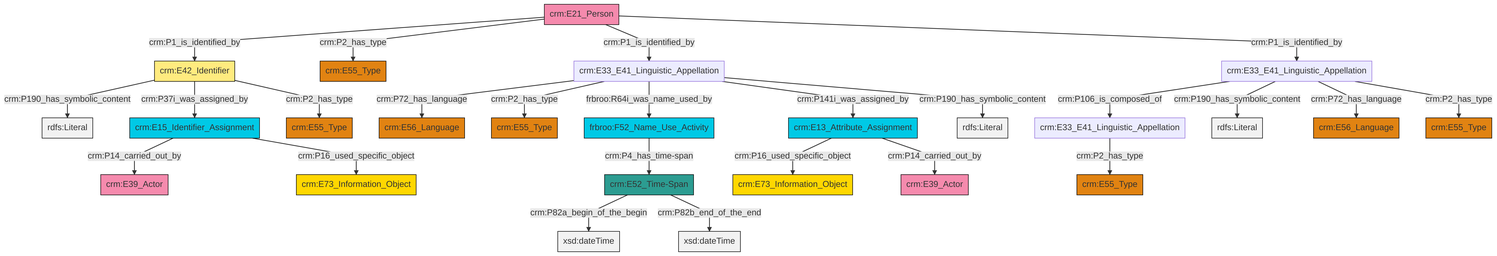
swiss-art-research-net/reference-data-models keeps this Mermaid diagram as et/personCSV/ttl/mmd/png/Person_Names_and_Classification.png. Above is the earlier version. Its source is kept beside it as et/personCSV/ttl/mmd/Person_Names_and_Classification.ttl.mmd.
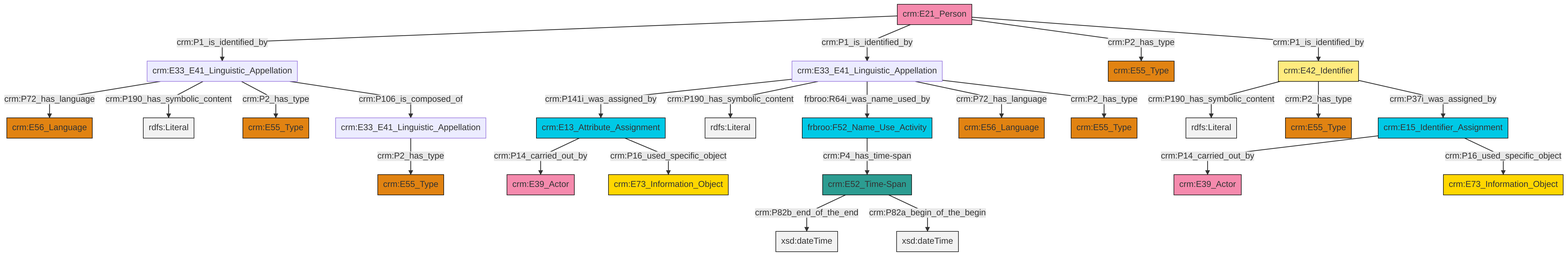
Later version of the same file.

The edit, as a diff of the source:
```diff
@@ -13,27 +13,27 @@
 classDef PC_Classes fill:#4ce600, stroke:#000000;
 classDef Multi fill:#cccccc,stroke:#000000;
 
-2["crm:E42_Identifier"]:::Appellation -->|crm:P190_has_symbolic_content| 3[rdfs:Literal]:::Literal
-2["crm:E42_Identifier"]:::Appellation -->|crm:P37i_was_assigned_by| 10["crm:E15_Identifier_Assignment"]:::Temporal_Entity
-10["crm:E15_Identifier_Assignment"]:::Temporal_Entity -->|crm:P14_carried_out_by| 11["crm:E39_Actor"]:::Actor
-6["crm:E21_Person"]:::Actor -->|crm:P1_is_identified_by| 2["crm:E42_Identifier"]:::Appellation
-16["frbroo:F52_Name_Use_Activity"]:::Temporal_Entity -->|crm:P4_has_time-span| 17["crm:E52_Time-Span"]:::Time-Span
-14["crm:E33_E41_Linguistic_Appellation"]:::Default -->|crm:P106_is_composed_of| 20["crm:E33_E41_Linguistic_Appellation"]:::Default
-23["crm:E33_E41_Linguistic_Appellation"]:::Default -->|crm:P72_has_language| 24["crm:E56_Language"]:::Type
-17["crm:E52_Time-Span"]:::Time-Span -->|crm:P82a_begin_of_the_begin| 26[xsd:dateTime]:::Literal
-23["crm:E33_E41_Linguistic_Appellation"]:::Default -->|crm:P2_has_type| 4["crm:E55_Type"]:::Type
-17["crm:E52_Time-Span"]:::Time-Span -->|crm:P82b_end_of_the_end| 29[xsd:dateTime]:::Literal
-6["crm:E21_Person"]:::Actor -->|crm:P2_has_type| 21["crm:E55_Type"]:::Type
-23["crm:E33_E41_Linguistic_Appellation"]:::Default -->|frbroo:R64i_was_name_used_by| 16["frbroo:F52_Name_Use_Activity"]:::Temporal_Entity
-6["crm:E21_Person"]:::Actor -->|crm:P1_is_identified_by| 23["crm:E33_E41_Linguistic_Appellation"]:::Default
-14["crm:E33_E41_Linguistic_Appellation"]:::Default -->|crm:P190_has_symbolic_content| 36[rdfs:Literal]:::Literal
-2["crm:E42_Identifier"]:::Appellation -->|crm:P2_has_type| 8["crm:E55_Type"]:::Type
-14["crm:E33_E41_Linguistic_Appellation"]:::Default -->|crm:P72_has_language| 37["crm:E56_Language"]:::Type
-23["crm:E33_E41_Linguistic_Appellation"]:::Default -->|crm:P141i_was_assigned_by| 12["crm:E13_Attribute_Assignment"]:::Temporal_Entity
-6["crm:E21_Person"]:::Actor -->|crm:P1_is_identified_by| 14["crm:E33_E41_Linguistic_Appellation"]:::Default
-10["crm:E15_Identifier_Assignment"]:::Temporal_Entity -->|crm:P16_used_specific_object| 0["crm:E73_Information_Object"]:::Conceptual_Object
-12["crm:E13_Attribute_Assignment"]:::Temporal_Entity -->|crm:P16_used_specific_object| 18["crm:E73_Information_Object"]:::Conceptual_Object
-14["crm:E33_E41_Linguistic_Appellation"]:::Default -->|crm:P2_has_type| 32["crm:E55_Type"]:::Type
-20["crm:E33_E41_Linguistic_Appellation"]:::Default -->|crm:P2_has_type| 27["crm:E55_Type"]:::Type
-23["crm:E33_E41_Linguistic_Appellation"]:::Default -->|crm:P190_has_symbolic_content| 46[rdfs:Literal]:::Literal
-12["crm:E13_Attribute_Assignment"]:::Temporal_Entity -->|crm:P14_carried_out_by| 39["crm:E39_Actor"]:::Actor
+4["crm:E33_E41_Linguistic_Appellation"]:::Default -->|crm:P141i_was_assigned_by| 5["crm:E13_Attribute_Assignment"]:::Temporal_Entity
+6["crm:E15_Identifier_Assignment"]:::Temporal_Entity -->|crm:P14_carried_out_by| 7["crm:E39_Actor"]:::Actor
+8["crm:E42_Identifier"]:::Appellation -->|crm:P190_has_symbolic_content| 9[rdfs:Literal]:::Literal
+12["crm:E33_E41_Linguistic_Appellation"]:::Default -->|crm:P72_has_language| 13["crm:E56_Language"]:::Type
+4["crm:E33_E41_Linguistic_Appellation"]:::Default -->|crm:P190_has_symbolic_content| 14[rdfs:Literal]:::Literal
+6["crm:E15_Identifier_Assignment"]:::Temporal_Entity -->|crm:P16_used_specific_object| 17["crm:E73_Information_Object"]:::Conceptual_Object
+12["crm:E33_E41_Linguistic_Appellation"]:::Default -->|crm:P190_has_symbolic_content| 18[rdfs:Literal]:::Literal
+4["crm:E33_E41_Linguistic_Appellation"]:::Default -->|frbroo:R64i_was_name_used_by| 0["frbroo:F52_Name_Use_Activity"]:::Temporal_Entity
+12["crm:E33_E41_Linguistic_Appellation"]:::Default -->|crm:P2_has_type| 19["crm:E55_Type"]:::Type
+2["crm:E52_Time-Span"]:::Time-Span -->|crm:P82b_end_of_the_end| 29[xsd:dateTime]:::Literal
+33["crm:E21_Person"]:::Actor -->|crm:P1_is_identified_by| 12["crm:E33_E41_Linguistic_Appellation"]:::Default
+8["crm:E42_Identifier"]:::Appellation -->|crm:P2_has_type| 25["crm:E55_Type"]:::Type
+8["crm:E42_Identifier"]:::Appellation -->|crm:P37i_was_assigned_by| 6["crm:E15_Identifier_Assignment"]:::Temporal_Entity
+15["crm:E33_E41_Linguistic_Appellation"]:::Default -->|crm:P2_has_type| 21["crm:E55_Type"]:::Type
+4["crm:E33_E41_Linguistic_Appellation"]:::Default -->|crm:P72_has_language| 39["crm:E56_Language"]:::Type
+33["crm:E21_Person"]:::Actor -->|crm:P1_is_identified_by| 4["crm:E33_E41_Linguistic_Appellation"]:::Default
+33["crm:E21_Person"]:::Actor -->|crm:P2_has_type| 23["crm:E55_Type"]:::Type
+33["crm:E21_Person"]:::Actor -->|crm:P1_is_identified_by| 8["crm:E42_Identifier"]:::Appellation
+4["crm:E33_E41_Linguistic_Appellation"]:::Default -->|crm:P2_has_type| 31["crm:E55_Type"]:::Type
+12["crm:E33_E41_Linguistic_Appellation"]:::Default -->|crm:P106_is_composed_of| 15["crm:E33_E41_Linguistic_Appellation"]:::Default
+5["crm:E13_Attribute_Assignment"]:::Temporal_Entity -->|crm:P14_carried_out_by| 34["crm:E39_Actor"]:::Actor
+2["crm:E52_Time-Span"]:::Time-Span -->|crm:P82a_begin_of_the_begin| 40[xsd:dateTime]:::Literal
+5["crm:E13_Attribute_Assignment"]:::Temporal_Entity -->|crm:P16_used_specific_object| 10["crm:E73_Information_Object"]:::Conceptual_Object
+0["frbroo:F52_Name_Use_Activity"]:::Temporal_Entity -->|crm:P4_has_time-span| 2["crm:E52_Time-Span"]:::Time-Span
```
